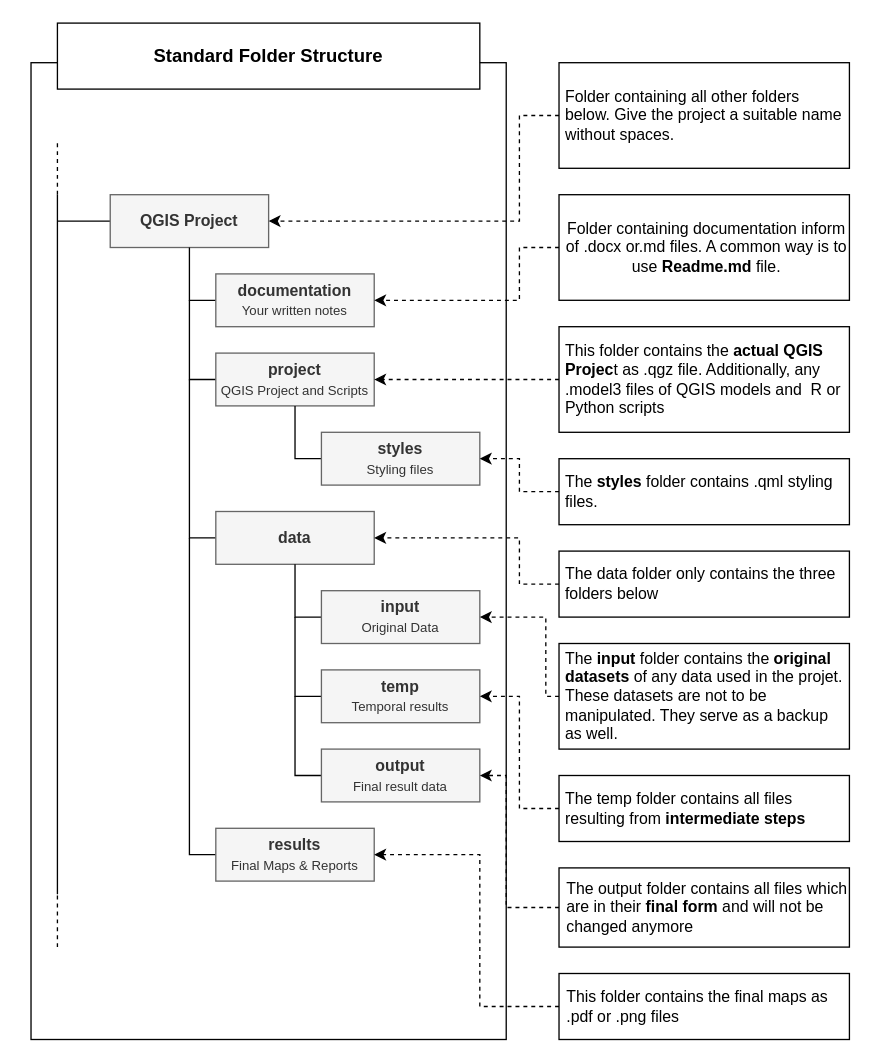
Earlier version of the draw.io diagram fig/Standard_project_folder_structure.drawio (GIScience/gis-training-resource-center). Source tidied: cells renumbered, new cells numbered last; positions are measured from the earlier drawing's top-left corner, leaving out a move shared by most shapes. Both pictures are drawn from the tidied source at 132%, with x=0, y=0 at pixel (30, 22).
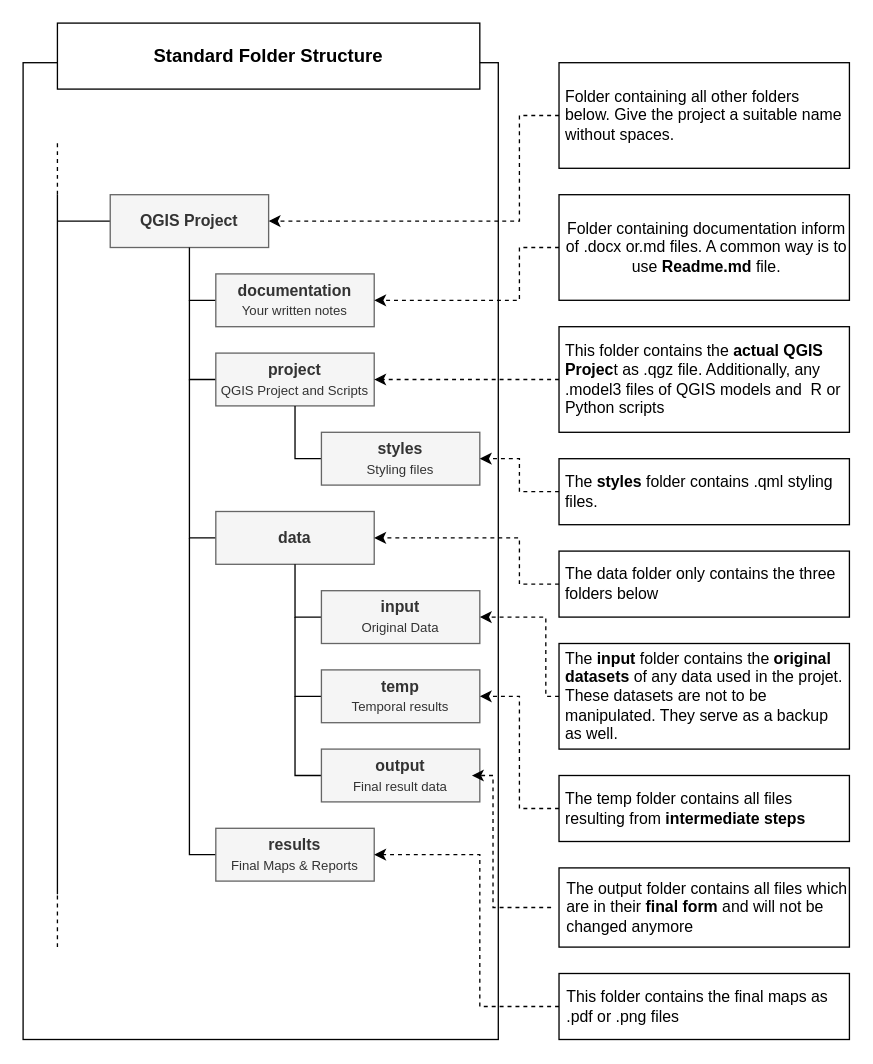
Above is the later version.

The change refers to these unchanged cells:
```xml
<mxCell id="20" value="&lt;font style=&quot;&quot;&gt;&lt;b&gt;output&lt;br&gt;&lt;/b&gt;&lt;span style=&quot;font-size: 10px;&quot;&gt;Final result data&lt;/span&gt;&lt;br&gt;&lt;/font&gt;" style="rounded=0;whiteSpace=wrap;html=1;fillColor=#f5f5f5;fontColor=#333333;strokeColor=#666666;fontStyle=0;" parent="1" vertex="1">
  <mxGeometry x="220" y="550" width="120" height="40" as="geometry" />
</mxCell>
<mxCell id="39" value="&lt;p style=&quot;&quot; class=&quot;MsoNormal&quot;&gt;The output folder contains all files which are in their &lt;b&gt;final form&lt;/b&gt; and will not be changed anymore&lt;br&gt;&lt;/p&gt;" style="rounded=0;whiteSpace=wrap;html=1;spacingLeft=4;align=left;" parent="1" vertex="1">
  <mxGeometry x="400" y="640" width="220" height="60" as="geometry" />
</mxCell>
```

Diff of the diagram source:
```diff
@@
     <mxCell id="2" style="rounded=0;whiteSpace=wrap;html=1;" parent="1" vertex="1">
-      <mxGeometry y="30" width="360" height="740" as="geometry" />
+      <mxGeometry x="-6" y="30" width="360" height="740" as="geometry" />
     </mxCell>
@@
-    <mxCell id="38" style="edgeStyle=orthogonalEdgeStyle;rounded=0;jettySize=auto;html=1;entryX=1;entryY=0.5;entryDx=0;entryDy=0;dashed=1;" parent="1" edge="1" source="39" target="20">
+    <mxCell id="38" style="edgeStyle=orthogonalEdgeStyle;rounded=0;orthogonalLoop=1;jettySize=auto;html=1;entryX=1;entryY=0.5;entryDx=0;entryDy=0;dashed=1;" parent="1" edge="1">
       <mxGeometry relative="1" as="geometry">
+        <mxPoint x="394" y="670" as="sourcePoint" />
+        <mxPoint x="334" y="570" as="targetPoint" />
         <Array as="points">
-          <mxPoint x="360" y="670" />
-          <mxPoint x="360" y="570" />
+          <mxPoint x="350" y="670" />
+          <mxPoint x="350" y="570" />
         </Array>
       </mxGeometry>
     </mxCell>
```
